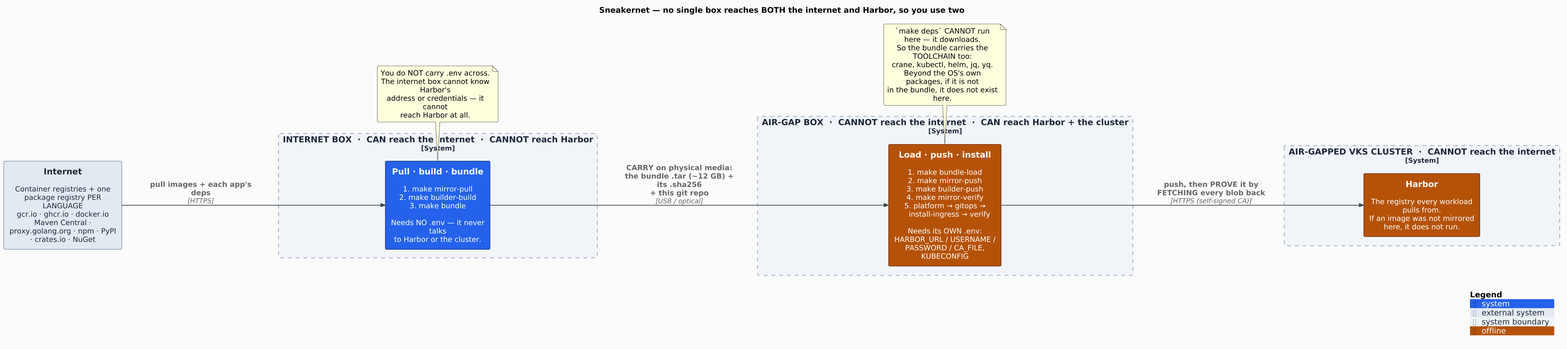
Before: docs/diagrams/out/sneakernet.png, a diagram exported from PlantUML (AndriyKalashnykov/vks-airgap-cicd).
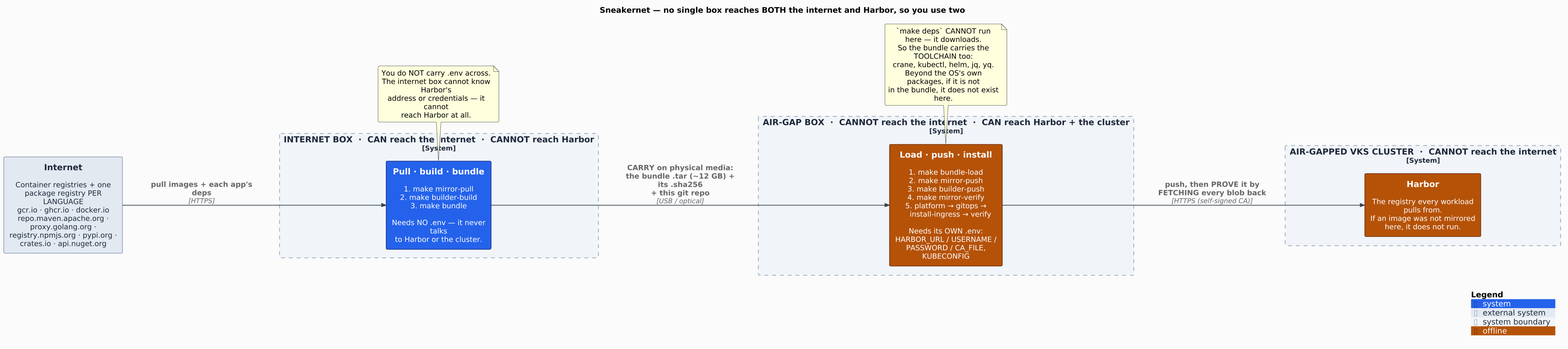
After the commit.

What changed in the source:
```diff
@@ -7,7 +7,7 @@
 
 AddElementTag("offline", $fontColor="#FFFFFF", $bgColor="#B45309", $borderColor="#78350F")
 
-System_Ext(net, "Internet", "Container registries + one package registry PER LANGUAGE\ngcr.io · ghcr.io · docker.io\nMaven Central · proxy.golang.org · npm · PyPI · crates.io · NuGet")
+System_Ext(net, "Internet", "Container registries + one package registry PER LANGUAGE\ngcr.io · ghcr.io · docker.io\nrepo.maven.apache.org · proxy.golang.org · registry.npmjs.org · pypi.org · crates.io · api.nuget.org")
 
 System_Boundary(stagez, "INTERNET BOX  ·  CAN reach the internet  ·  CANNOT reach Harbor") {
   System(stage, "Pull · build · bundle", "1. make mirror-pull\n2. make builder-build\n3. make bundle\n\nNeeds NO .env — it never talks\nto Harbor or the cluster.")
```
